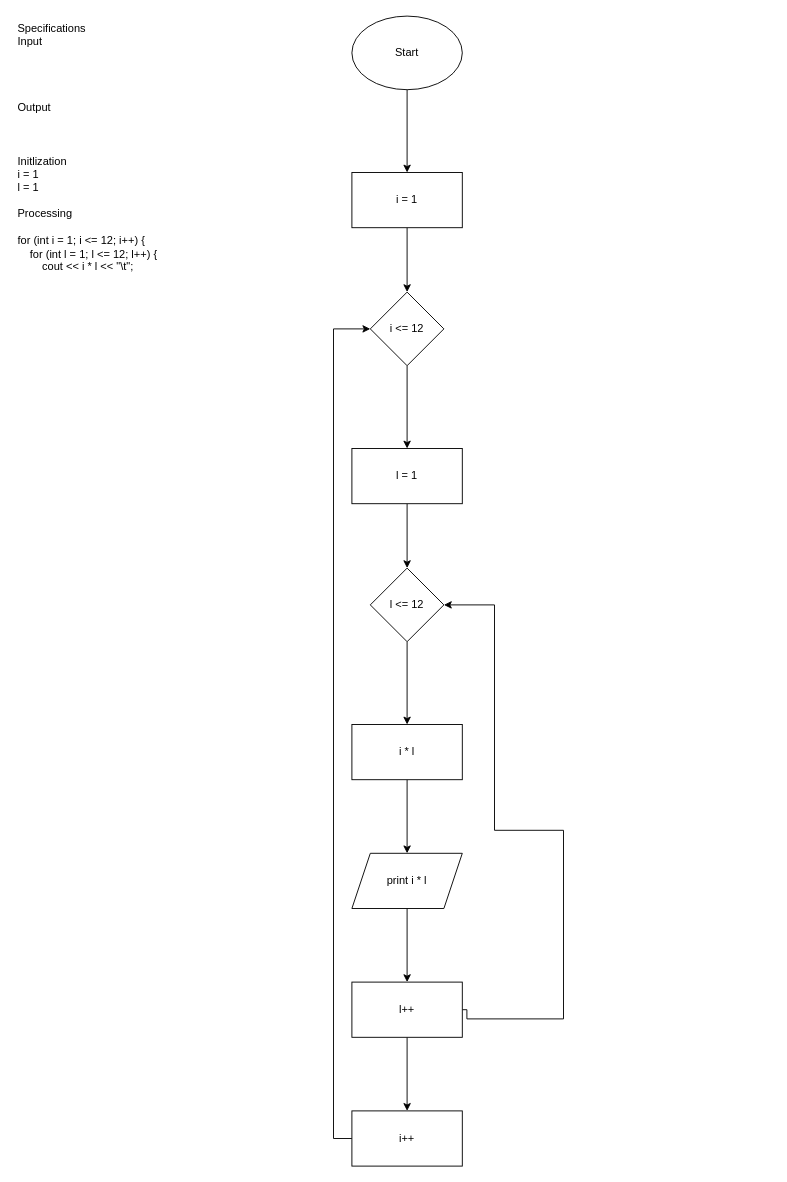
The draw.io diagram page "Page-1" (1 of 2) of Flowcharts/LoopLab3.drawio in ElectricDaFearox/Tougaloo-Fundemental-Programming, before the edit. Source tidied: cells renumbered, new cells numbered last; positions are measured from the earlier drawing's top-left corner, leaving out a move shared by most shapes. Both pictures are drawn from the tidied source at 92%, with x=0, y=0 at pixel (16, 16).
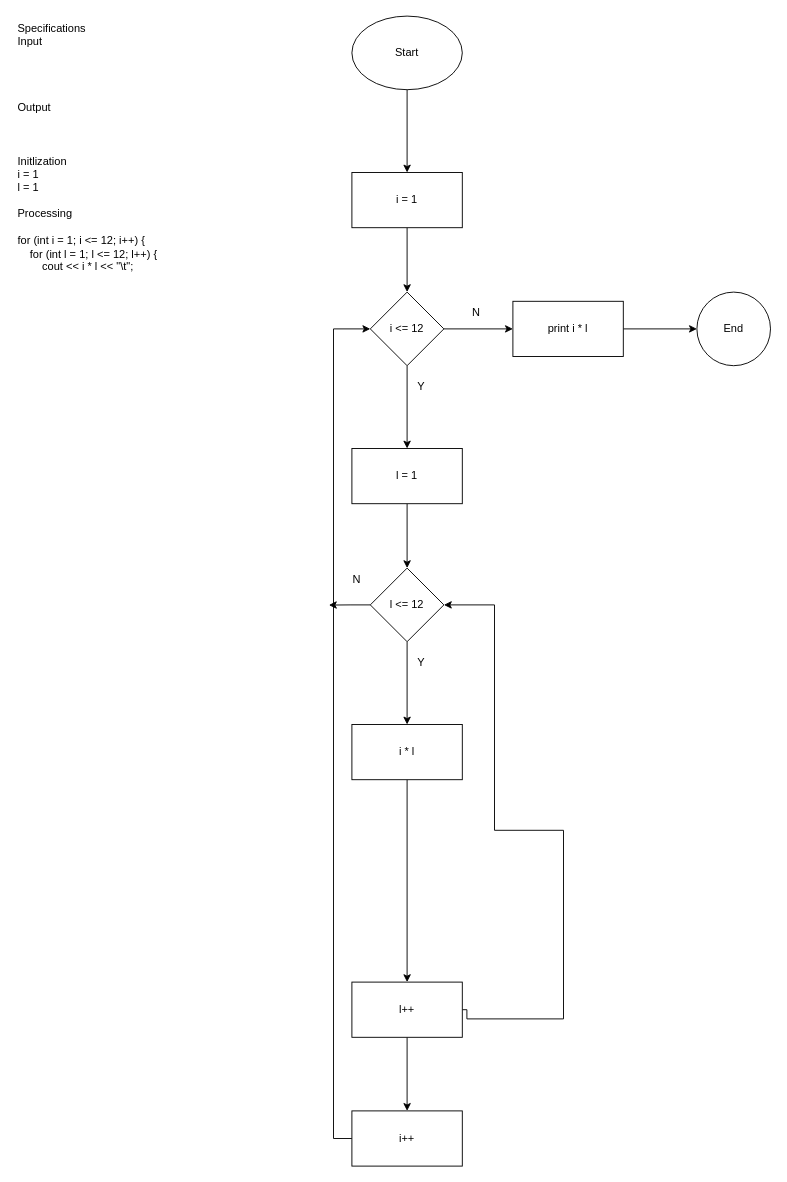
The same page after the edit.

The change refers to these unchanged cells:
```xml
<mxCell id="8" value="i &amp;lt;= 12" style="rhombus;whiteSpace=wrap;html=1;" parent="1" vertex="1">
  <mxGeometry x="385" y="300" width="80" height="80" as="geometry" />
</mxCell>
<mxCell id="12" value="l &amp;lt;= 12" style="rhombus;whiteSpace=wrap;html=1;" parent="1" vertex="1">
  <mxGeometry x="385" y="600" width="80" height="80" as="geometry" />
</mxCell>
<mxCell id="14" value="i * l" style="whiteSpace=wrap;html=1;" parent="1" vertex="1">
  <mxGeometry x="365" y="770" width="120" height="60" as="geometry" />
</mxCell>
<mxCell id="19" value="l++" style="whiteSpace=wrap;html=1;" parent="1" vertex="1">
  <mxGeometry x="365" y="1050" width="120" height="60" as="geometry" />
</mxCell>
```

The edit, as a diff of the source:
```diff
@@
+    <mxCell id="22" style="edgeStyle=orthogonalEdgeStyle;rounded=0;jettySize=auto;html=1;exitX=1;exitY=0.5;exitDx=0;exitDy=0;entryX=0;entryY=0.5;entryDx=0;entryDy=0;" parent="1" edge="1" source="8" target="16">
+      <mxGeometry relative="1" as="geometry" />
+    </mxCell>
@@
+    <mxCell id="23" style="edgeStyle=orthogonalEdgeStyle;rounded=0;jettySize=auto;html=1;exitX=0;exitY=0.5;exitDx=0;exitDy=0;" parent="1" edge="1" source="12">
+      <mxGeometry relative="1" as="geometry">
+        <mxPoint x="340" y="640.2" as="targetPoint" />
+      </mxGeometry>
+    </mxCell>
@@
-    <mxCell id="13" style="edgeStyle=orthogonalEdgeStyle;rounded=0;jettySize=auto;html=1;" parent="1" edge="1" source="14" target="16">
-      <mxGeometry relative="1" as="geometry" />
-    </mxCell>
+    <mxCell id="24" style="edgeStyle=orthogonalEdgeStyle;rounded=0;jettySize=auto;html=1;exitX=0.5;exitY=1;exitDx=0;exitDy=0;entryX=0.5;entryY=0;entryDx=0;entryDy=0;" parent="1" edge="1" source="14" target="19">
+      <mxGeometry relative="1" as="geometry" />
+    </mxCell>
@@
-    <mxCell id="15" style="edgeStyle=orthogonalEdgeStyle;rounded=0;jettySize=auto;html=1;" parent="1" edge="1" source="16" target="19">
-      <mxGeometry relative="1" as="geometry" />
-    </mxCell>
-    <mxCell id="16" value="print i * l" style="shape=parallelogram;perimeter=parallelogramPerimeter;whiteSpace=wrap;html=1;fixedSize=1;" parent="1" vertex="1">
-      <mxGeometry x="365" y="910" width="120" height="60" as="geometry" />
-    </mxCell>
@@
+    <mxCell id="25" value="End" style="ellipse;whiteSpace=wrap;html=1;" parent="1" vertex="1">
+      <mxGeometry x="740" y="300" width="80" height="80" as="geometry" />
+    </mxCell>
+    <mxCell id="26" style="edgeStyle=orthogonalEdgeStyle;rounded=0;jettySize=auto;html=1;exitX=1;exitY=0.5;exitDx=0;exitDy=0;entryX=0;entryY=0.5;entryDx=0;entryDy=0;" parent="1" edge="1" source="16" target="25">
+      <mxGeometry relative="1" as="geometry" />
+    </mxCell>
+    <mxCell id="16" value="print i * l" style="rounded=0;whiteSpace=wrap;html=1;" parent="1" vertex="1">
+      <mxGeometry x="540" y="310" width="120" height="60" as="geometry" />
+    </mxCell>
+    <mxCell id="27" value="N" style="text;html=1;align=center;verticalAlign=middle;strokeColor=none;fillColor=none;" parent="1" vertex="1">
+      <mxGeometry x="355" y="598" width="30" height="30" as="geometry" />
+    </mxCell>
+    <mxCell id="28" value="Y" style="text;html=1;align=center;verticalAlign=middle;strokeColor=none;fillColor=none;" parent="1" vertex="1">
+      <mxGeometry x="425" y="688" width="30" height="30" as="geometry" />
+    </mxCell>
+    <mxCell id="29" value="N" style="text;html=1;align=center;verticalAlign=middle;strokeColor=none;fillColor=none;" parent="1" vertex="1">
+      <mxGeometry x="485" y="308" width="30" height="30" as="geometry" />
+    </mxCell>
+    <mxCell id="30" value="Y" style="text;html=1;align=center;verticalAlign=middle;strokeColor=none;fillColor=none;" parent="1" vertex="1">
+      <mxGeometry x="425" y="388" width="30" height="30" as="geometry" />
+    </mxCell>
```
